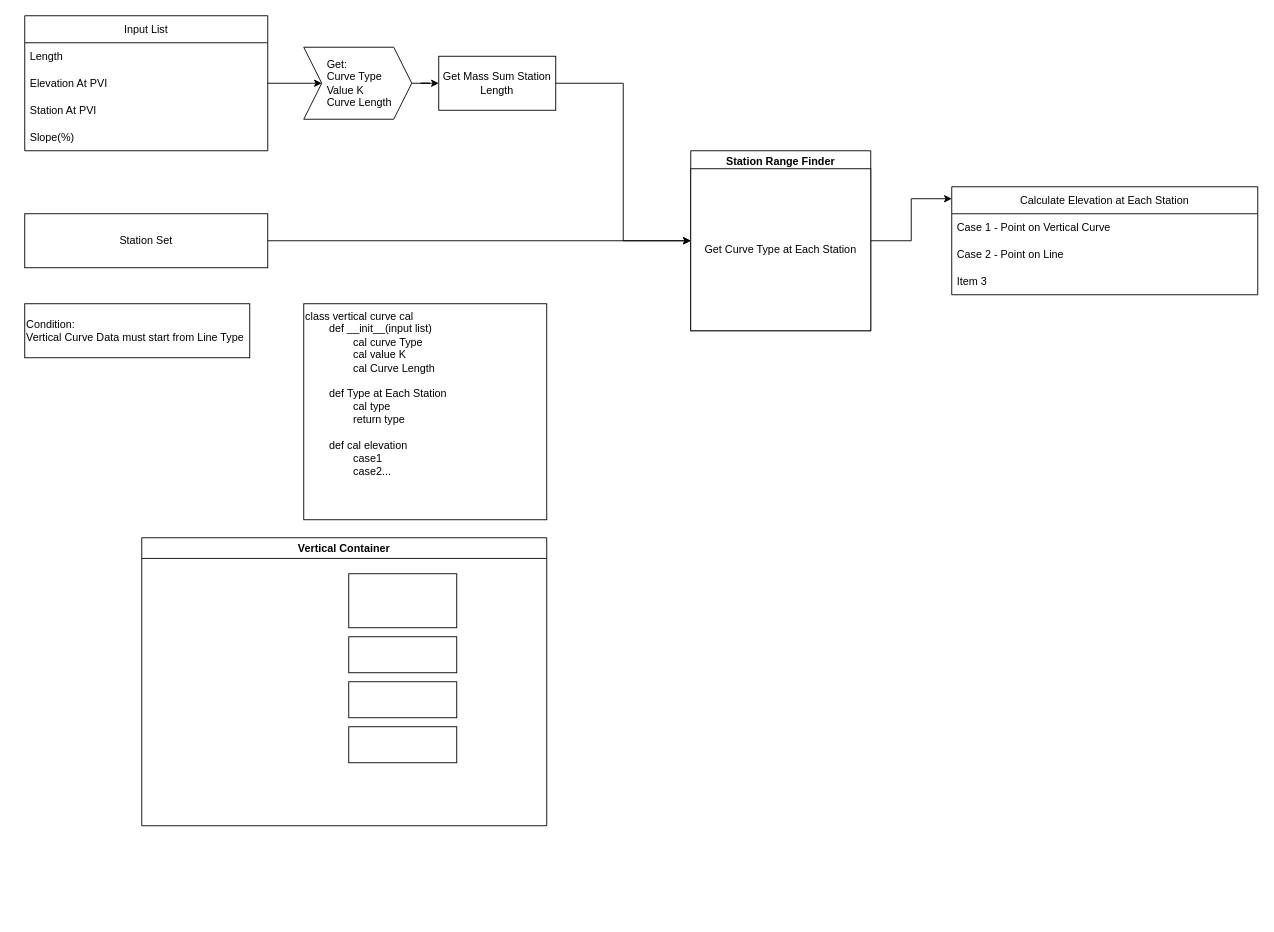
Lionel-Lim/DY-Dynamo keeps this draw.io diagram as script/Python/AlignConcept.drawio. Above is the earlier version. Source tidied: cells renumbered, new cells numbered last; positions are measured from the earlier drawing's top-left corner, leaving out a move shared by most shapes. Both pictures are drawn from the tidied source at 90%, with x=0, y=0 at pixel (24, 15).
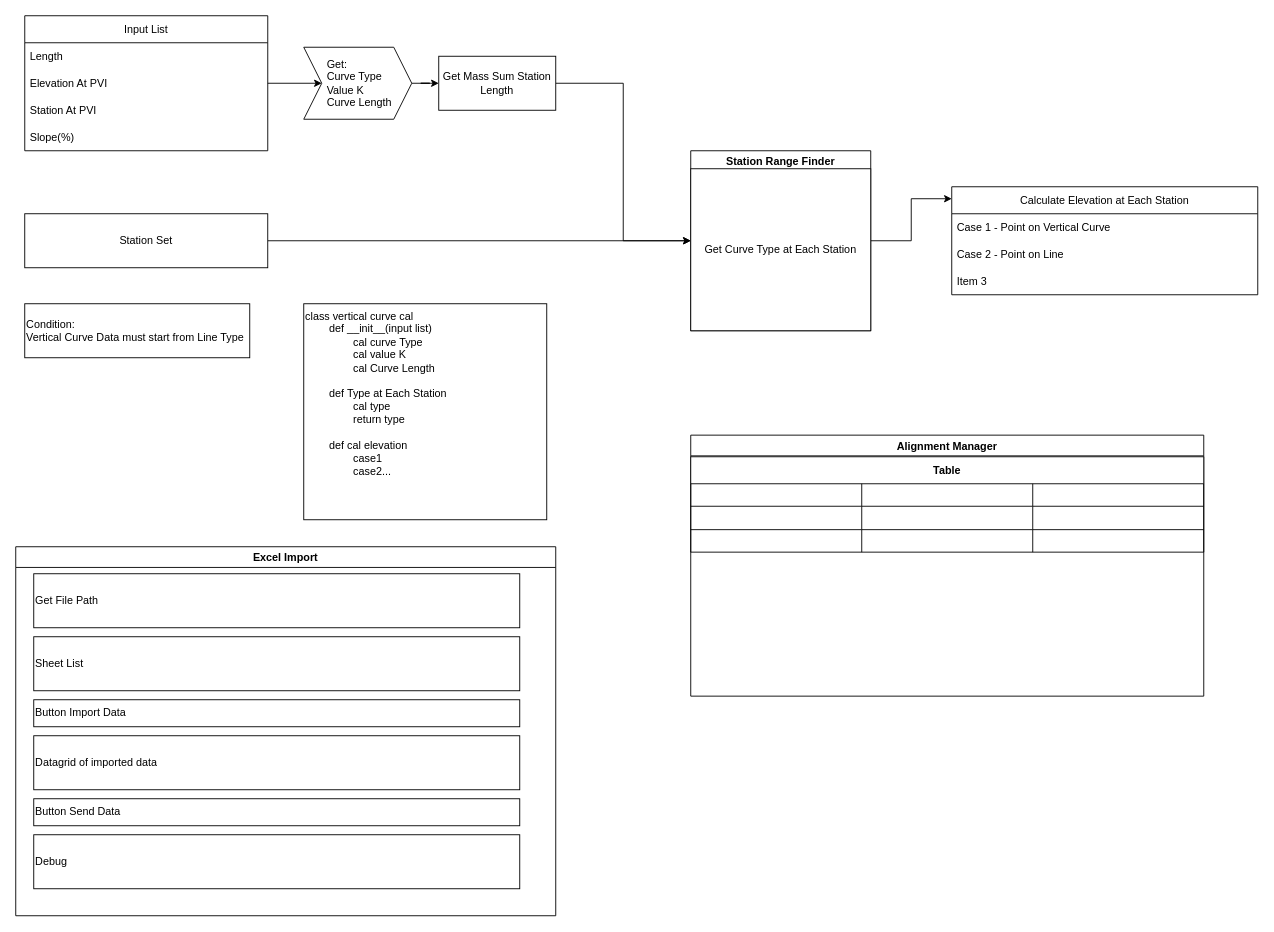
The same page after the edit.

Commit message (it also covers changes not shown here):
Alignment setting UI

The edit, as a diff of the source:
```diff
@@
-    <mxCell id="23" value="Vertical Container" style="swimlane;" parent="1" vertex="1">
-      <mxGeometry x="130" y="580" width="450" height="320" as="geometry" />
-    </mxCell>
-    <mxCell id="24" style="rounded=0;whiteSpace=wrap;html=1;" parent="23" vertex="1">
-      <mxGeometry x="230" y="40" width="120" height="60" as="geometry" />
-    </mxCell>
-    <mxCell id="25" style="rounded=0;whiteSpace=wrap;html=1;" parent="23" vertex="1">
-      <mxGeometry x="230" y="110" width="120" height="40" as="geometry" />
-    </mxCell>
-    <mxCell id="26" style="rounded=0;whiteSpace=wrap;html=1;" parent="23" vertex="1">
-      <mxGeometry x="230" y="160" width="120" height="40" as="geometry" />
-    </mxCell>
-    <mxCell id="27" style="rounded=0;whiteSpace=wrap;html=1;" parent="23" vertex="1">
-      <mxGeometry x="230" y="210" width="120" height="40" as="geometry" />
-    </mxCell>
+    <mxCell id="28" value="Alignment Manager" style="swimlane;" parent="1" vertex="1">
+      <mxGeometry x="740" y="466" width="570" height="290" as="geometry" />
+    </mxCell>
+    <mxCell id="29" value="Table" style="shape=table;startSize=30;childLayout=tableLayout;fontStyle=1;align=center;" parent="28" vertex="1">
+      <mxGeometry y="24" width="570" height="106" as="geometry" />
+    </mxCell>
+    <mxCell id="30" style="shape=tableRow;horizontal=0;startSize=0;swimlaneHead=0;swimlaneBody=0;top=0;left=0;bottom=0;right=0;fillColor=none;" parent="29" vertex="1">
+      <mxGeometry y="30" width="570" height="25" as="geometry" />
+    </mxCell>
+    <mxCell id="31" style="shape=partialRectangle;html=1;whiteSpace=wrap;fillColor=none;top=0;left=0;bottom=0;right=0;overflow=hidden;" parent="30" vertex="1">
+      <mxGeometry width="190" height="25" as="geometry" />
+    </mxCell>
+    <mxCell id="32" style="shape=partialRectangle;html=1;whiteSpace=wrap;fillColor=none;top=0;left=0;bottom=0;right=0;overflow=hidden;" parent="30" vertex="1">
+      <mxGeometry x="190" width="190" height="25" as="geometry" />
+    </mxCell>
+    <mxCell id="33" style="shape=partialRectangle;html=1;whiteSpace=wrap;fillColor=none;top=0;left=0;bottom=0;right=0;overflow=hidden;" parent="30" vertex="1">
+      <mxGeometry x="380" width="190" height="25" as="geometry" />
+    </mxCell>
+    <mxCell id="34" style="shape=tableRow;horizontal=0;startSize=0;swimlaneHead=0;swimlaneBody=0;top=0;left=0;bottom=0;right=0;fillColor=none;" parent="29" vertex="1">
+      <mxGeometry y="55" width="570" height="26" as="geometry" />
+    </mxCell>
+    <mxCell id="35" style="shape=partialRectangle;html=1;whiteSpace=wrap;fillColor=none;top=0;left=0;bottom=0;right=0;overflow=hidden;" parent="34" vertex="1">
+      <mxGeometry width="190" height="26" as="geometry" />
+    </mxCell>
+    <mxCell id="36" style="shape=partialRectangle;html=1;whiteSpace=wrap;fillColor=none;top=0;left=0;bottom=0;right=0;overflow=hidden;" parent="34" vertex="1">
+      <mxGeometry x="190" width="190" height="26" as="geometry" />
+    </mxCell>
+    <mxCell id="37" style="shape=partialRectangle;html=1;whiteSpace=wrap;fillColor=none;top=0;left=0;bottom=0;right=0;overflow=hidden;" parent="34" vertex="1">
+      <mxGeometry x="380" width="190" height="26" as="geometry" />
+    </mxCell>
+    <mxCell id="38" style="shape=tableRow;horizontal=0;startSize=0;swimlaneHead=0;swimlaneBody=0;top=0;left=0;bottom=0;right=0;fillColor=none;" parent="29" vertex="1">
+      <mxGeometry y="81" width="570" height="25" as="geometry" />
+    </mxCell>
+    <mxCell id="39" style="shape=partialRectangle;html=1;whiteSpace=wrap;fillColor=none;top=0;left=0;bottom=0;right=0;overflow=hidden;" parent="38" vertex="1">
+      <mxGeometry width="190" height="25" as="geometry" />
+    </mxCell>
+    <mxCell id="40" style="shape=partialRectangle;html=1;whiteSpace=wrap;fillColor=none;top=0;left=0;bottom=0;right=0;overflow=hidden;" parent="38" vertex="1">
+      <mxGeometry x="190" width="190" height="25" as="geometry" />
+    </mxCell>
+    <mxCell id="41" style="shape=partialRectangle;html=1;whiteSpace=wrap;fillColor=none;top=0;left=0;bottom=0;right=0;overflow=hidden;" parent="38" vertex="1">
+      <mxGeometry x="380" width="190" height="25" as="geometry" />
+    </mxCell>
+    <mxCell id="42" value="Excel Import" style="swimlane;" parent="1" vertex="1">
+      <mxGeometry x="-10" y="590" width="600" height="410" as="geometry" />
+    </mxCell>
+    <mxCell id="43" value="Get File Path" style="rounded=0;whiteSpace=wrap;html=1;align=left;" parent="42" vertex="1">
+      <mxGeometry x="20" y="30" width="540" height="60" as="geometry" />
+    </mxCell>
+    <mxCell id="44" value="Sheet List" style="rounded=0;whiteSpace=wrap;html=1;align=left;" parent="42" vertex="1">
+      <mxGeometry x="20" y="100" width="540" height="60" as="geometry" />
+    </mxCell>
+    <mxCell id="45" value="Button Import Data" style="rounded=0;whiteSpace=wrap;html=1;align=left;" parent="42" vertex="1">
+      <mxGeometry x="20" y="170" width="540" height="30" as="geometry" />
+    </mxCell>
+    <mxCell id="46" value="Datagrid of imported data" style="rounded=0;whiteSpace=wrap;html=1;align=left;" parent="42" vertex="1">
+      <mxGeometry x="20" y="210" width="540" height="60" as="geometry" />
+    </mxCell>
+    <mxCell id="47" value="Button Send Data" style="rounded=0;whiteSpace=wrap;html=1;align=left;" parent="42" vertex="1">
+      <mxGeometry x="20" y="280" width="540" height="30" as="geometry" />
+    </mxCell>
+    <mxCell id="48" value="Debug" style="rounded=0;whiteSpace=wrap;html=1;align=left;" parent="42" vertex="1">
+      <mxGeometry x="20" y="320" width="540" height="60" as="geometry" />
+    </mxCell>
```
